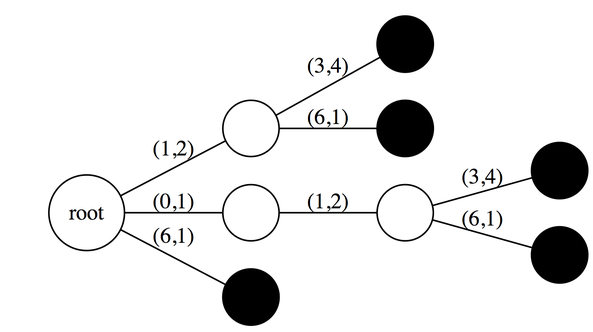
nekrut/BMMB554 keeps this Graphviz diagram as images/suffix_tree_2.png. Above is the earlier version. Its source is kept beside it as graphviz/suffix_tree_2.gv.
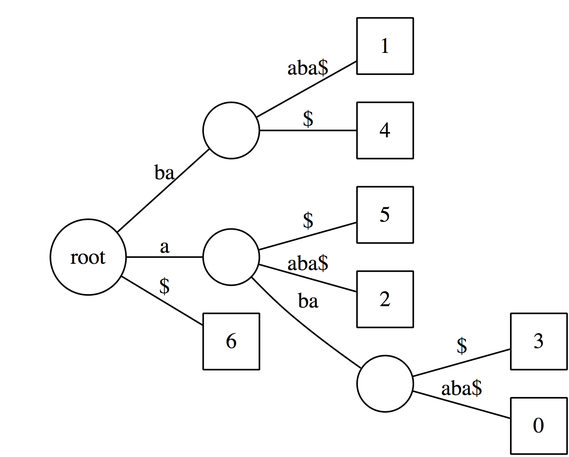
After the commit.

Commit message:
Fixed suffix tree1 and 2

What changed in the source:
```diff
@@ -3,26 +3,31 @@
  orientation=landscape;
  size = 10;
 
-1   [shape=circle, label="root"];
-2   [shape=circle, label=""];
-3   [shape=circle, label="", style="filled", color="black"];
-4   [shape=circle, label=""];
-5   [shape=circle, label=""];
-6   [shape=circle, label="", style="filled", color="black"];
-7   [shape=circle, label="", style="filled", color="black"];
-8   [shape=circle, label="", style="filled", color="black"];
-9   [shape=circle, label="", style="filled", color="black"];
+1   [shape="circle", label="root"];
+2   [shape="circle", label=""];
+3   [shape="square", label="1"];
+4   [shape="square", label="4"];
+5   [shape="circle", label=""];
+6   [shape="square", label="5"];
+7   [shape="square", label="2"];
+8   [shape="circle", label=""];
+9   [shape="square", label="3"];
+10  [shape="square", label="0"];
+11  [shape="square", label="6"];
 
- 1 -- 2 [label="(1,2)"];
- 2 -- 3 [label="(3,4)"];
+ 1 -- 2 [label="ba"];
+ 2 -- 3 [label="aba$"];
+ 2 -- 4 [label="$"];
 
- 1 -- 4 [label="(0,1)"];
- 4 -- 5 [label="(1,2)"];
- 5 -- 6 [label="(3,4)"];
+ 1 -- 5 [label="a"];
+ 5 -- 6 [label="$"];
+ 5 -- 7 [label="aba$"];
+ 5 -- 8 [label="ba"];
+ 8 -- 9 [label="$"];
+ 8 -- 10 [label="aba$"];
 
- 1 -- 7 [label="(6,1)"];
- 2 -- 8 [label="(6,1)"];
- 5 -- 9 [label="(6,1)"];
+ 1 -- 11 [label="$"];
+
 
 
  }
```
